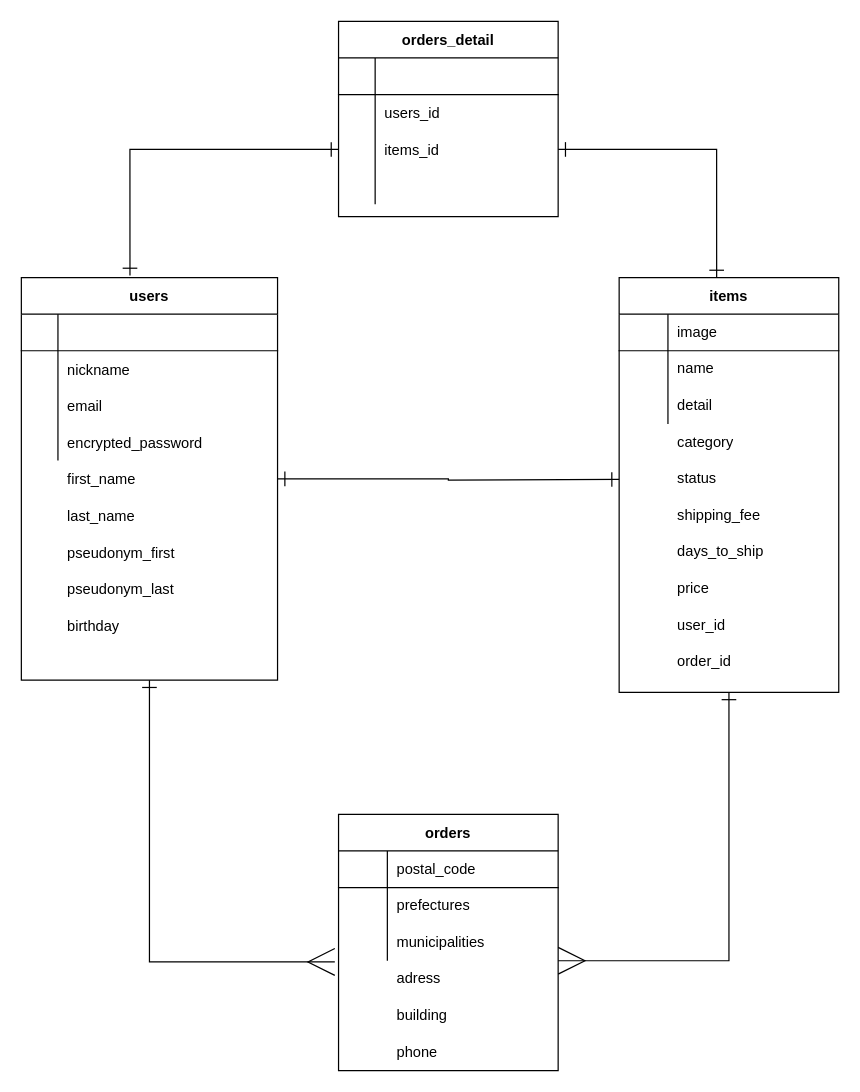
Earlier version of the draw.io diagram test.dio (Yusuke0507/furima-36427). Source tidied: cells renumbered, new cells numbered last; positions are measured from the earlier drawing's top-left corner, leaving out a move shared by most shapes. Both pictures are drawn from the tidied source at 122%, with x=0, y=0 at pixel (21, 21).
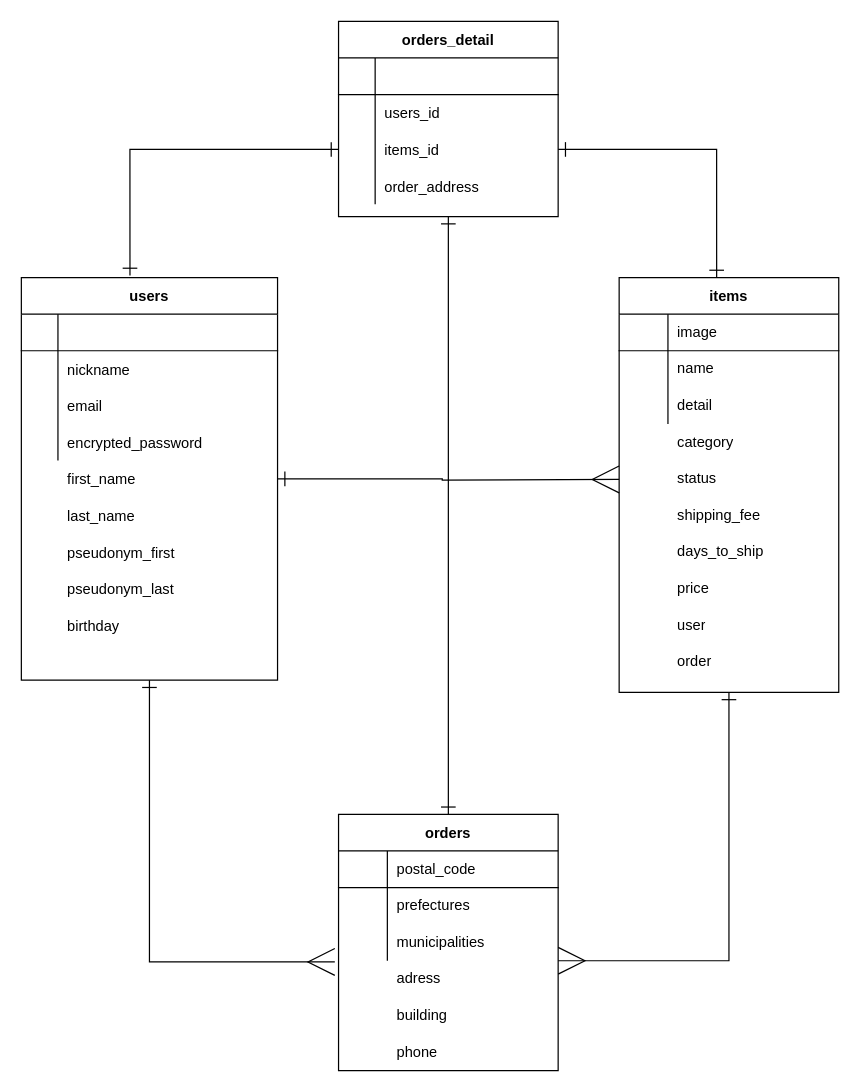
Above is the later version.

Unchanged cells that the change refers to:
```xml
<mxCell id="4" value="users" style="shape=table;startSize=30;childLayout=tableLayout;rowLines=0;fontStyle=1;align=center;" parent="1" vertex="1">
  <mxGeometry y="210" width="210" height="330" as="geometry" />
</mxCell>
<mxCell id="33" value="orders" style="shape=table;startSize=30;childLayout=tableLayout;rowLines=0;fontStyle=1;align=center;fillColor=none;" parent="1" vertex="1">
  <mxGeometry x="260" y="650" width="180" height="210" as="geometry" />
</mxCell>
<mxCell id="56" value="orders_detail" style="shape=table;startSize=30;childLayout=tableLayout;rowLines=0;fontStyle=1;align=center;" parent="1" vertex="1">
  <mxGeometry x="260" width="180" height="160" as="geometry" />
</mxCell>
```

Change to the diagram source:
```diff
@@
-    <mxCell id="2" style="edgeStyle=orthogonalEdgeStyle;rounded=0;jettySize=auto;html=1;exitX=1;exitY=0.5;exitDx=0;exitDy=0;endArrow=ERone;endFill=0;startArrow=ERone;startFill=0;endSize=10;startSize=10;" parent="1" edge="1" source="4">
+    <mxCell id="2" style="edgeStyle=orthogonalEdgeStyle;rounded=0;jettySize=auto;html=1;exitX=1;exitY=0.5;exitDx=0;exitDy=0;endArrow=ERmany;endFill=0;startArrow=ERone;startFill=0;endSize=20;startSize=10;" parent="1" edge="1" source="4">
       <mxGeometry relative="1" as="geometry">
         <mxPoint x="490" y="375.5" as="targetPoint" />
       </mxGeometry>
     </mxCell>
@@
-    <mxCell id="48" value="user_id" style="shape=partialRectangle;html=1;whiteSpace=wrap;fillColor=none;top=0;left=0;bottom=0;right=0;align=left;spacingLeft=6;overflow=hidden;" parent="1" vertex="1">
+    <mxCell id="48" value="user" style="shape=partialRectangle;html=1;whiteSpace=wrap;fillColor=none;top=0;left=0;bottom=0;right=0;align=left;spacingLeft=6;overflow=hidden;" parent="1" vertex="1">
       <mxGeometry x="530" y="480" width="140" height="30" as="geometry" />
     </mxCell>
-    <mxCell id="49" value="order_id" style="shape=partialRectangle;html=1;whiteSpace=wrap;fillColor=none;top=0;left=0;bottom=0;right=0;align=left;spacingLeft=6;overflow=hidden;" parent="1" vertex="1">
+    <mxCell id="49" value="order" style="shape=partialRectangle;html=1;whiteSpace=wrap;fillColor=none;top=0;left=0;bottom=0;right=0;align=left;spacingLeft=6;overflow=hidden;" parent="1" vertex="1">
       <mxGeometry x="530" y="510" width="140" height="30" as="geometry" />
     </mxCell>
@@
+    <mxCell id="71" style="edgeStyle=orthogonalEdgeStyle;rounded=0;jettySize=auto;html=1;exitX=0.5;exitY=1;exitDx=0;exitDy=0;entryX=0.5;entryY=0;entryDx=0;entryDy=0;startArrow=ERone;startFill=0;endArrow=ERone;endFill=0;startSize=10;endSize=10;" parent="1" edge="1" source="56" target="33">
+      <mxGeometry relative="1" as="geometry" />
+    </mxCell>
@@
+    <mxCell id="72" value="order_address" style="shape=partialRectangle;fillColor=none;top=0;left=0;bottom=0;right=0;align=left;spacingLeft=6;overflow=hidden;" parent="1" vertex="1">
+      <mxGeometry x="290" y="120" width="150" height="30" as="geometry" />
+    </mxCell>
```
